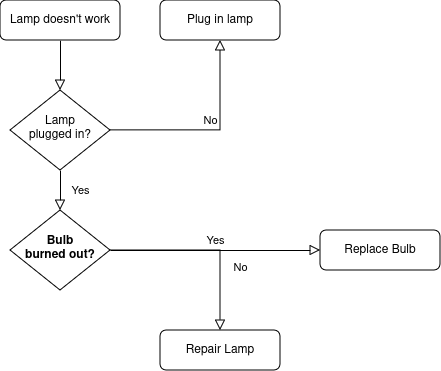
Above: Architecture Diagram.drawio.png in gryphon2411/temporary (draw.io), before the change. Source tidied: cells renumbered, new cells last; positions are measured from the earlier drawing's top-left corner, leaving out a move shared by most shapes.
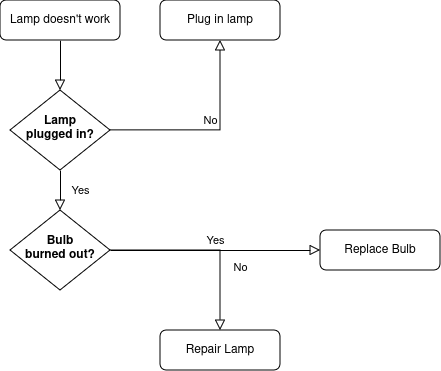
Later version of the same file.

What changed in the source:
```diff
@@ -14,7 +14,7 @@
     <mxCell id="5" value="No" style="edgeStyle=orthogonalEdgeStyle;rounded=0;html=1;jettySize=auto;fontSize=11;endArrow=block;endFill=0;endSize=8;strokeWidth=1;shadow=0;labelBackgroundColor=none;" parent="1" edge="1" source="6" target="7">
       <mxGeometry y="10" relative="1" as="geometry" />
     </mxCell>
-    <mxCell id="6" value="Lamp&lt;br&gt;plugged in?" style="rhombus;whiteSpace=wrap;html=1;shadow=0;fontFamily=Helvetica;fontSize=12;align=center;strokeWidth=1;spacing=6;spacingTop=-4;" parent="1" vertex="1">
+    <mxCell id="6" value="Lamp&lt;br&gt;plugged in?" style="rhombus;whiteSpace=wrap;html=1;shadow=0;fontFamily=Helvetica;fontSize=12;align=center;strokeWidth=1;spacing=6;spacingTop=-4;fontStyle=1;" parent="1" vertex="1">
       <mxGeometry x="10" y="90" width="100" height="80" as="geometry" />
     </mxCell>
     <mxCell id="7" value="Plug in lamp" style="rounded=1;whiteSpace=wrap;html=1;fontSize=12;glass=0;strokeWidth=1;shadow=0;" parent="1" vertex="1">
```
